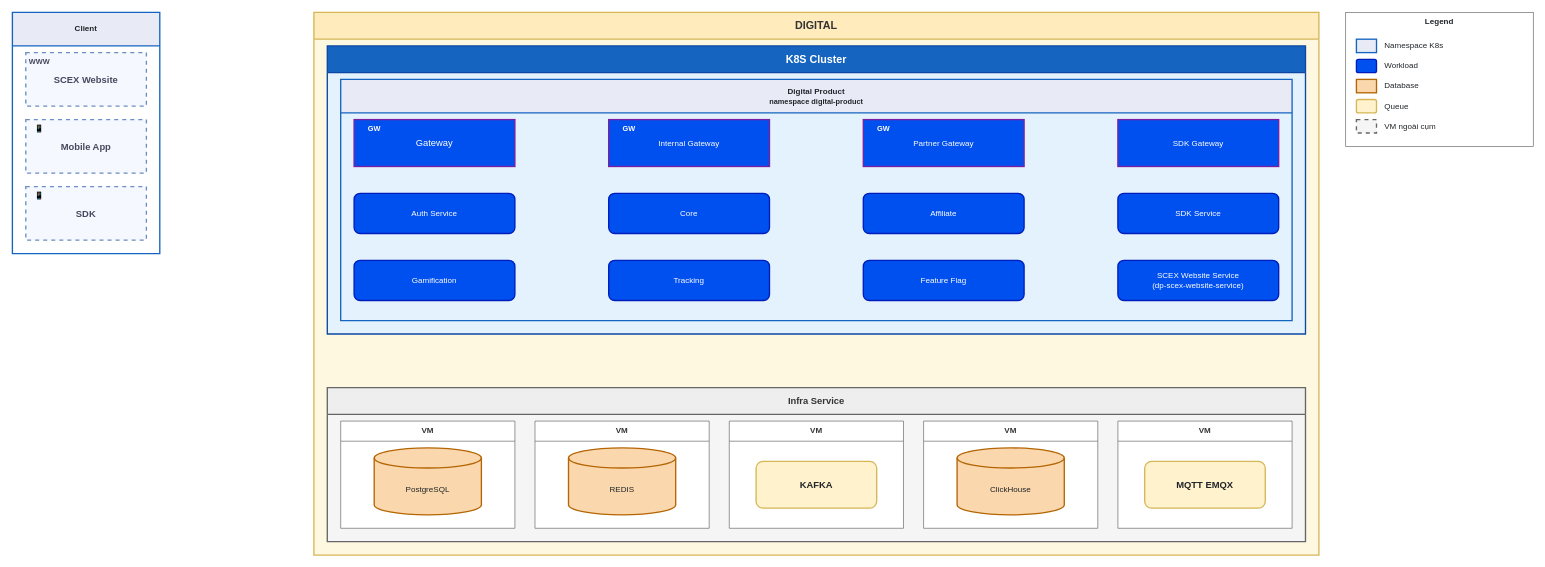
Above: page "Digital" (1 of 3) of 2-enterprise-and-architecture-governance/architecture-models-and-diagrams/digital/digital-component.drawio in ducmami/scex-tech-architecture-hub (draw.io), before the change. Source tidied: cells renumbered, new cells numbered last; positions are measured from the earlier drawing's top-left corner, leaving out a move shared by most shapes. Both pictures are drawn from the tidied source at 67%, with x=0, y=0 at pixel (12, 12).
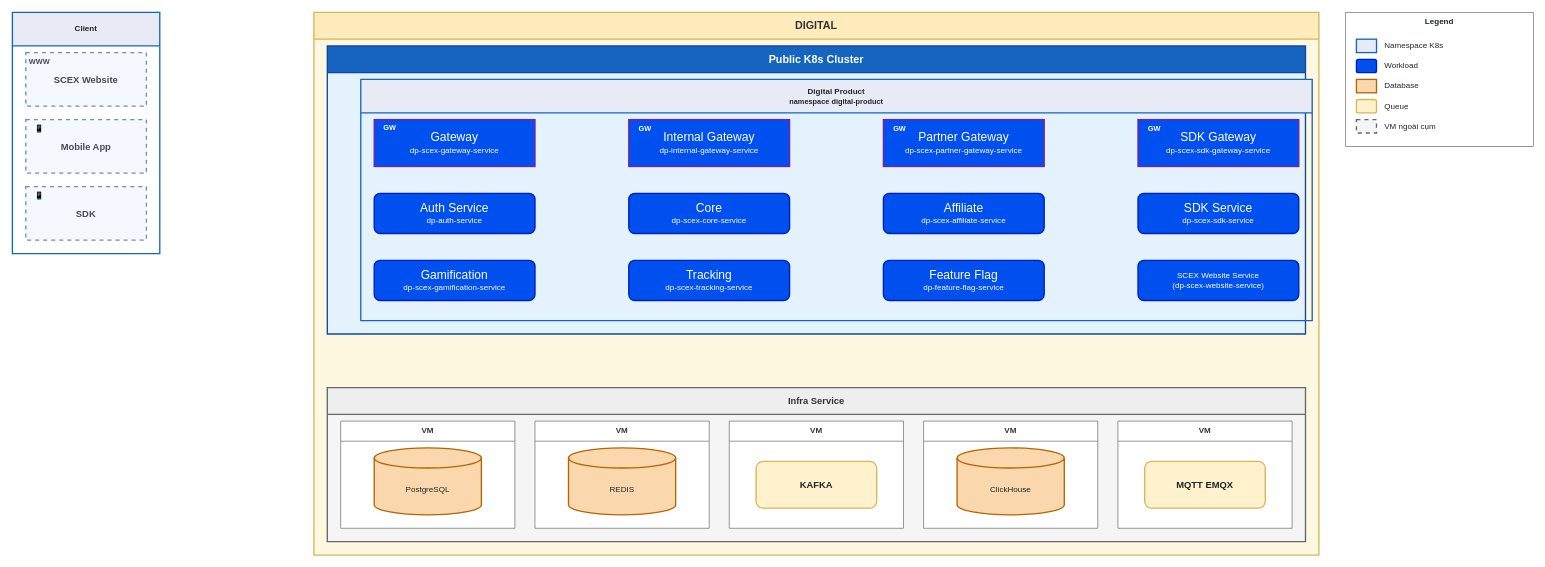
The same diagram, later.

The change refers to these unchanged cells:
```xml
<mxCell id="2" value="DIGITAL" style="swimlane;startSize=40;html=1;whiteSpace=wrap;fillColor=#ffebbb;swimlaneFillColor=#fff8e1;strokeColor=#d6b656;strokeWidth=2;fontStyle=1;fontSize=16;fontColor=#333333;" parent="1" vertex="1">
  <mxGeometry x="450" width="1500" height="810" as="geometry" />
</mxCell>
<mxCell id="12" style="group;" parent="4" vertex="1">
  <mxGeometry x="20" y="60" width="240" height="70" as="geometry" />
</mxCell>
<mxCell id="15" style="group;" parent="4" vertex="1">
  <mxGeometry x="400" y="60" width="240" height="70" as="geometry" />
</mxCell>
<mxCell id="18" style="group;" parent="4" vertex="1">
  <mxGeometry x="780" y="60" width="240" height="70" as="geometry" />
</mxCell>
```

The edit, as a diff of the source:
```diff
@@
-    <mxCell id="3" value="K8S Cluster" style="swimlane;startSize=40;html=1;whiteSpace=wrap;fillColor=#1565C0;swimlaneFillColor=#E3F2FD;strokeColor=#0D47A1;strokeWidth=2;fontStyle=1;fontSize=16;fontColor=#ffffff;" parent="2" vertex="1">
+    <mxCell id="3" value="Public K8s Cluster" style="swimlane;startSize=40;html=1;whiteSpace=wrap;fillColor=#1565C0;swimlaneFillColor=#E3F2FD;strokeColor=#0D47A1;strokeWidth=2;fontStyle=1;fontSize=16;fontColor=#ffffff;" parent="2" vertex="1">
       <mxGeometry x="20" y="50" width="1460" height="430" as="geometry" />
     </mxCell>
     <mxCell id="4" value="&lt;b&gt;Digital Product&lt;/b&gt;&lt;br&gt;&lt;font style=&quot;font-size:11px&quot;&gt;namespace digital-product&lt;/font&gt;" style="swimlane;startSize=50;html=1;whiteSpace=wrap;fillColor=#e8eaf6;strokeColor=#1565c0;strokeWidth=2;fontColor=#212529;fontSize=12;align=center;" parent="3" vertex="1">
-      <mxGeometry x="20" y="50" width="1420" height="360" as="geometry" />
+      <mxGeometry x="50" y="50" width="1420" height="360" as="geometry" />
     </mxCell>
-    <mxCell id="5" value="Auth Service" style="rounded=1;whiteSpace=wrap;html=1;fillColor=#0050ef;strokeColor=#001DBC;strokeWidth=2;fontColor=#ffffff;fontSize=12;" parent="4" vertex="1">
+    <mxCell id="5" value="&lt;font style=&quot;&quot;&gt;&lt;span style=&quot;font-size: 18px;&quot;&gt;Auth Service&lt;/span&gt;&lt;br&gt;&lt;font&gt;dp-auth-service&lt;/font&gt;&lt;/font&gt;" style="rounded=1;whiteSpace=wrap;html=1;fillColor=#0050ef;strokeColor=#001DBC;strokeWidth=2;fontColor=#ffffff;fontSize=12;" parent="4" vertex="1">
       <mxGeometry x="20" y="170" width="240" height="60" as="geometry" />
     </mxCell>
-    <mxCell id="6" value="Core" style="rounded=1;whiteSpace=wrap;html=1;fillColor=#0050ef;strokeColor=#001DBC;strokeWidth=2;fontColor=#ffffff;fontSize=12;" parent="4" vertex="1">
+    <mxCell id="6" value="&lt;font style=&quot;&quot;&gt;&lt;span style=&quot;font-size: 18px;&quot;&gt;Core&lt;/span&gt;&lt;br&gt;&lt;font&gt;dp-scex-core-service&lt;/font&gt;&lt;/font&gt;" style="rounded=1;whiteSpace=wrap;html=1;fillColor=#0050ef;strokeColor=#001DBC;strokeWidth=2;fontColor=#ffffff;fontSize=12;" parent="4" vertex="1">
       <mxGeometry x="400" y="170" width="240" height="60" as="geometry" />
     </mxCell>
-    <mxCell id="7" value="Affiliate" style="rounded=1;whiteSpace=wrap;html=1;fillColor=#0050ef;strokeColor=#001DBC;strokeWidth=2;fontColor=#ffffff;fontSize=12;" parent="4" vertex="1">
+    <mxCell id="7" value="&lt;font style=&quot;&quot;&gt;&lt;span style=&quot;font-size: 18px;&quot;&gt;Affiliate&lt;/span&gt;&lt;br&gt;&lt;font&gt;dp-scex-affiliate-service&lt;/font&gt;&lt;/font&gt;" style="rounded=1;whiteSpace=wrap;html=1;fillColor=#0050ef;strokeColor=#001DBC;strokeWidth=2;fontColor=#ffffff;fontSize=12;" parent="4" vertex="1">
       <mxGeometry x="780" y="170" width="240" height="60" as="geometry" />
     </mxCell>
-    <mxCell id="8" value="SDK Service" style="rounded=1;whiteSpace=wrap;html=1;fillColor=#0050ef;strokeColor=#001DBC;strokeWidth=2;fontColor=#ffffff;fontSize=12;" parent="4" vertex="1">
+    <mxCell id="8" value="&lt;font style=&quot;&quot;&gt;&lt;span style=&quot;font-size: 18px;&quot;&gt;SDK Service&lt;/span&gt;&lt;br&gt;&lt;font&gt;dp-scex-sdk-service&lt;/font&gt;&lt;/font&gt;" style="rounded=1;whiteSpace=wrap;html=1;fillColor=#0050ef;strokeColor=#001DBC;strokeWidth=2;fontColor=#ffffff;fontSize=12;" parent="4" vertex="1">
       <mxGeometry x="1160" y="170" width="240" height="60" as="geometry" />
     </mxCell>
-    <mxCell id="9" value="Gamification" style="rounded=1;whiteSpace=wrap;html=1;fillColor=#0050ef;strokeColor=#001DBC;strokeWidth=2;fontColor=#ffffff;fontSize=12;" parent="4" vertex="1">
+    <mxCell id="9" value="&lt;font style=&quot;&quot;&gt;&lt;span style=&quot;font-size: 18px;&quot;&gt;Gamification&lt;/span&gt;&lt;br&gt;&lt;font&gt;dp-scex-gamification-service&lt;/font&gt;&lt;/font&gt;" style="rounded=1;whiteSpace=wrap;html=1;fillColor=#0050ef;strokeColor=#001DBC;strokeWidth=2;fontColor=#ffffff;fontSize=12;" parent="4" vertex="1">
       <mxGeometry x="20" y="270" width="240" height="60" as="geometry" />
     </mxCell>
-    <mxCell id="10" value="Tracking" style="rounded=1;whiteSpace=wrap;html=1;fillColor=#0050ef;strokeColor=#001DBC;strokeWidth=2;fontColor=#ffffff;fontSize=12;" parent="4" vertex="1">
+    <mxCell id="10" value="&lt;font style=&quot;&quot;&gt;&lt;span style=&quot;font-size: 18px;&quot;&gt;Tracking&lt;/span&gt;&lt;br&gt;&lt;font&gt;dp-scex-tracking-service&lt;/font&gt;&lt;/font&gt;" style="rounded=1;whiteSpace=wrap;html=1;fillColor=#0050ef;strokeColor=#001DBC;strokeWidth=2;fontColor=#ffffff;fontSize=12;" parent="4" vertex="1">
       <mxGeometry x="400" y="270" width="240" height="60" as="geometry" />
     </mxCell>
-    <mxCell id="11" value="Feature Flag" style="rounded=1;whiteSpace=wrap;html=1;fillColor=#0050ef;strokeColor=#001DBC;strokeWidth=2;fontColor=#ffffff;fontSize=12;" parent="4" vertex="1">
+    <mxCell id="11" value="&lt;font style=&quot;&quot;&gt;&lt;span style=&quot;font-size: 18px;&quot;&gt;Feature Flag&lt;/span&gt;&lt;br&gt;&lt;font&gt;dp-feature-flag-service&lt;/font&gt;&lt;/font&gt;" style="rounded=1;whiteSpace=wrap;html=1;fillColor=#0050ef;strokeColor=#001DBC;strokeWidth=2;fontColor=#ffffff;fontSize=12;" parent="4" vertex="1">
       <mxGeometry x="780" y="270" width="240" height="60" as="geometry" />
     </mxCell>
@@
-    <mxCell id="13" value="Gateway" style="rounded=0;whiteSpace=wrap;html=1;fillColor=#0050ef;strokeColor=#7b1fa2;strokeWidth=2;fontColor=#ffffff;fontSize=14;" parent="12" vertex="1">
+    <mxCell id="13" value="&lt;font style=&quot;font-size: 18px;&quot;&gt;Gateway&lt;/font&gt;&lt;div&gt;&lt;font style=&quot;font-size: 12px;&quot;&gt;dp-scex-gateway-service&lt;/font&gt;&lt;/div&gt;" style="rounded=0;whiteSpace=wrap;html=1;fillColor=#0050ef;strokeColor=#7b1fa2;strokeWidth=2;fontColor=#ffffff;fontSize=14;" parent="12" vertex="1">
       <mxGeometry width="240" height="70" as="geometry" />
     </mxCell>
     <mxCell id="14" value="GW" style="text=1;html=1;strokeColor=none;fillColor=none;fontColor=#ffffff;fontSize=11;fontStyle=1;opacity=70;" parent="12" vertex="1">
-      <mxGeometry x="9" y="4" width="42" height="18" as="geometry" />
+      <mxGeometry x="2" y="3" width="42" height="18" as="geometry" />
     </mxCell>
@@
-    <mxCell id="16" value="&lt;span style=&quot;font-size: 12px;&quot;&gt;Internal Gateway&lt;/span&gt;" style="rounded=0;whiteSpace=wrap;html=1;fillColor=#0050ef;strokeColor=#7b1fa2;strokeWidth=2;fontColor=#ffffff;fontSize=14;" parent="15" vertex="1">
+    <mxCell id="16" value="&lt;font style=&quot;&quot;&gt;&lt;span style=&quot;font-size: 18px;&quot;&gt;Internal Gateway&lt;/span&gt;&lt;br&gt;&lt;font style=&quot;font-size: 12px;&quot;&gt;dp-internal-gateway-service&lt;/font&gt;&lt;/font&gt;" style="rounded=0;whiteSpace=wrap;html=1;fillColor=#0050ef;strokeColor=#7b1fa2;strokeWidth=2;fontColor=#ffffff;fontSize=14;" parent="15" vertex="1">
       <mxGeometry width="240" height="70" as="geometry" />
     </mxCell>
     <mxCell id="17" value="GW" style="text=1;html=1;strokeColor=none;fillColor=none;fontColor=#ffffff;fontSize=11;fontStyle=1;opacity=70;" parent="15" vertex="1">
-      <mxGeometry x="9" y="4" width="42" height="18" as="geometry" />
+      <mxGeometry x="3" y="4" width="42" height="18" as="geometry" />
     </mxCell>
@@
-    <mxCell id="19" value="&lt;span style=&quot;font-size: 12px;&quot;&gt;Partner Gateway&lt;/span&gt;" style="rounded=0;whiteSpace=wrap;html=1;fillColor=#0050ef;strokeColor=#7b1fa2;strokeWidth=2;fontColor=#ffffff;fontSize=14;" parent="18" vertex="1">
+    <mxCell id="19" value="&lt;font style=&quot;&quot;&gt;&lt;span style=&quot;font-size: 18px;&quot;&gt;Partner Gateway&lt;/span&gt;&lt;br&gt;&lt;font style=&quot;font-size: 12px;&quot;&gt;dp-scex-partner-gateway-service&lt;/font&gt;&lt;/font&gt;" style="rounded=0;whiteSpace=wrap;html=1;fillColor=#0050ef;strokeColor=#7b1fa2;strokeWidth=2;fontColor=#ffffff;fontSize=14;" parent="18" vertex="1">
       <mxGeometry width="240" height="70" as="geometry" />
     </mxCell>
     <mxCell id="20" value="GW" style="text=1;html=1;strokeColor=none;fillColor=none;fontColor=#ffffff;fontSize=11;fontStyle=1;opacity=70;" parent="18" vertex="1">
-      <mxGeometry x="9" y="4" width="42" height="18" as="geometry" />
+      <mxGeometry x="3" y="4" width="42" height="18" as="geometry" />
     </mxCell>
-    <mxCell id="21" value="&lt;span style=&quot;font-size: 12px;&quot;&gt;SDK Gateway&lt;/span&gt;" style="rounded=0;whiteSpace=wrap;html=1;fillColor=#0050ef;strokeColor=#7b1fa2;strokeWidth=2;fontColor=#ffffff;fontSize=14;" parent="4" vertex="1">
-      <mxGeometry x="1160" y="60" width="240" height="70" as="geometry" />
-    </mxCell>
@@
+    <mxCell id="55" style="group;" parent="4" vertex="1">
+      <mxGeometry x="1160" y="60" width="240" height="70" as="geometry" />
+    </mxCell>
+    <mxCell id="56" value="&lt;font style=&quot;&quot;&gt;&lt;span style=&quot;font-size: 18px;&quot;&gt;SDK Gateway&lt;/span&gt;&lt;br&gt;&lt;font style=&quot;font-size: 12px;&quot;&gt;dp-scex-sdk-gateway-service&lt;/font&gt;&lt;/font&gt;" style="rounded=0;whiteSpace=wrap;html=1;fillColor=#0050ef;strokeColor=#7b1fa2;strokeWidth=2;fontColor=#ffffff;fontSize=14;" parent="55" vertex="1">
+      <mxGeometry width="240" height="70" as="geometry" />
+    </mxCell>
+    <mxCell id="57" value="GW" style="text=1;html=1;strokeColor=none;fillColor=none;fontColor=#ffffff;fontSize=11;fontStyle=1;opacity=70;" parent="55" vertex="1">
+      <mxGeometry x="3" y="4" width="42" height="18" as="geometry" />
+    </mxCell>
```
